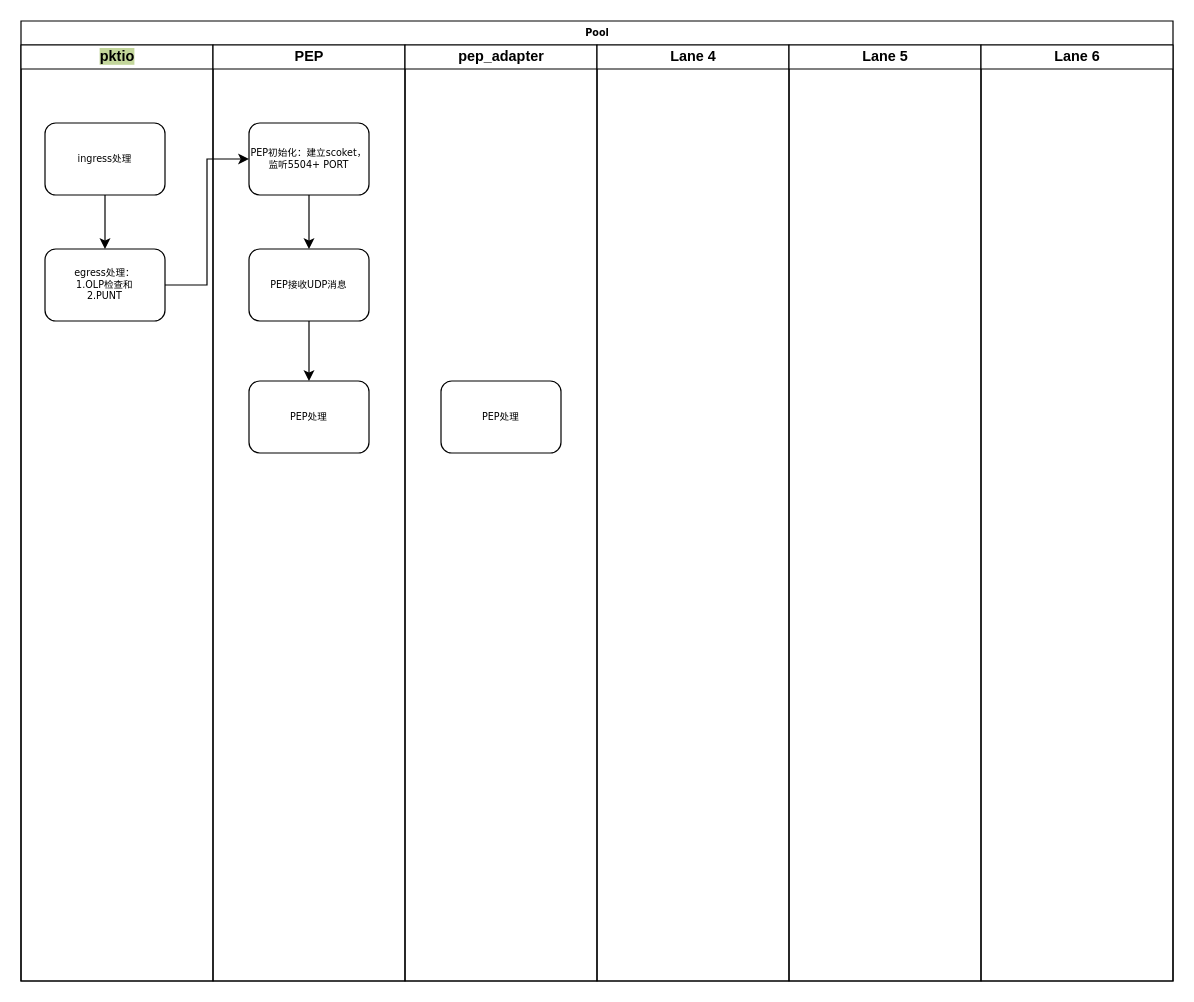
Earlier version of the draw.io diagram page "Page-1" (1 of 2) of Untitled Diagram.drawio (Chandler1990/leetcode). Source tidied: cells renumbered, new cells numbered last; positions are measured from the earlier drawing's top-left corner, leaving out a move shared by most shapes. Both pictures are drawn from the tidied source at 120%, with x=0, y=0 at pixel (20, 20).
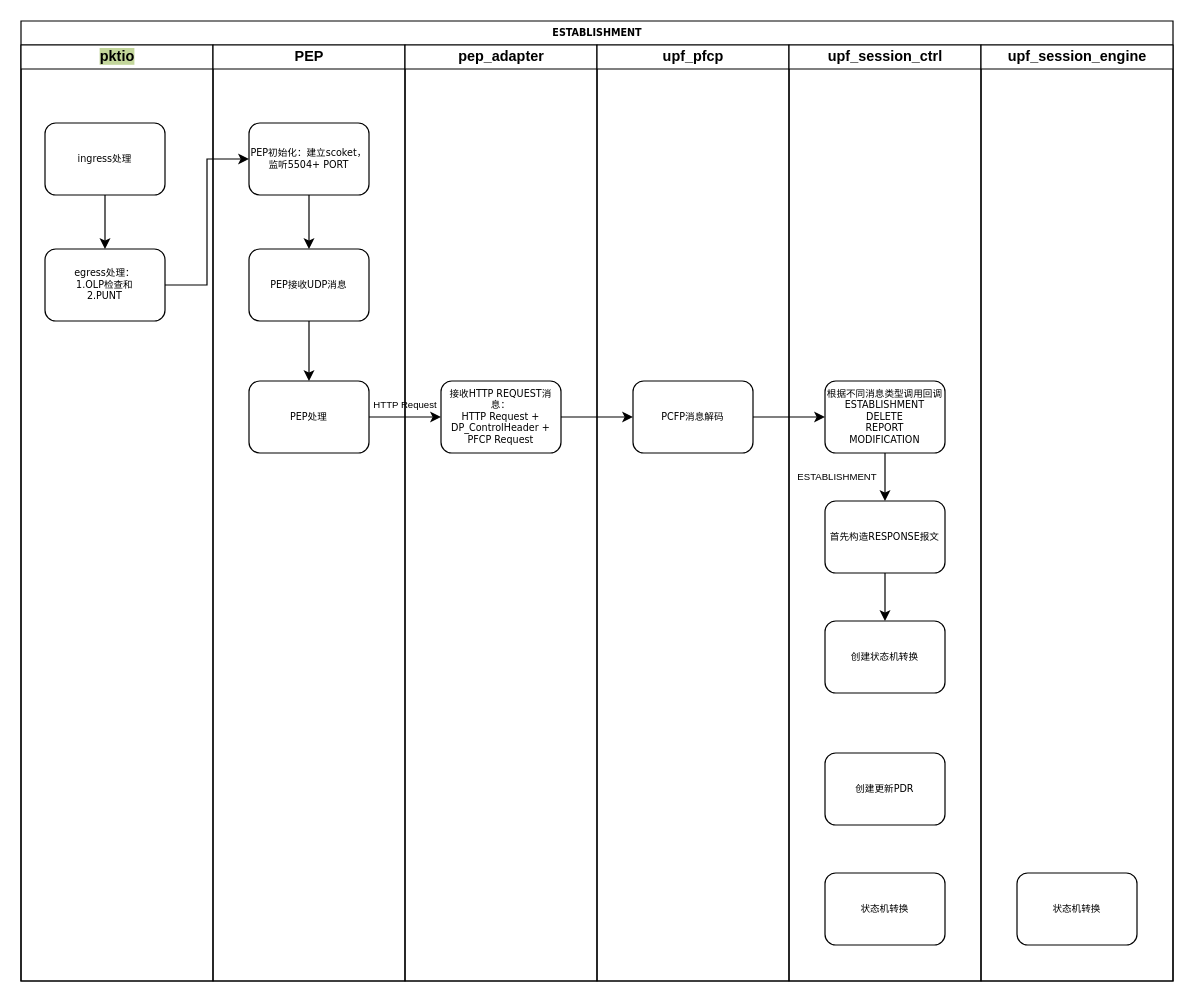
The same diagram, later.

Unchanged cells that the change refers to:
```xml
<mxCell id="12" value="PEP处理" style="rounded=1;whiteSpace=wrap;html=1;shadow=0;labelBackgroundColor=none;strokeWidth=1;fontFamily=Verdana;fontSize=8;align=center;" parent="7" vertex="1">
  <mxGeometry x="30" y="280" width="100" height="60" as="geometry" />
</mxCell>
<mxCell id="13" value="pep_adapter" style="swimlane;html=1;startSize=20;" parent="2" vertex="1">
  <mxGeometry x="320" y="20" width="160" height="780" as="geometry" />
</mxCell>
```

Diff of the diagram source:
```diff
@@
-    <mxCell id="2" value="Pool" style="swimlane;html=1;startSize=20;rounded=0;shadow=0;labelBackgroundColor=none;strokeWidth=1;fontFamily=Verdana;fontSize=8;align=center;" parent="1" vertex="1">
+    <mxCell id="2" value="ESTABLISHMENT" style="swimlane;html=1;startSize=20;rounded=0;shadow=0;labelBackgroundColor=none;strokeWidth=1;fontFamily=Verdana;fontSize=8;align=center;" parent="1" vertex="1">
       <mxGeometry width="960" height="800" as="geometry" />
     </mxCell>
@@
-    <mxCell id="14" value="PEP处理" style="rounded=1;whiteSpace=wrap;html=1;shadow=0;labelBackgroundColor=none;strokeWidth=1;fontFamily=Verdana;fontSize=8;align=center;" parent="13" vertex="1">
+    <mxCell id="14" value="接收HTTP REQUEST消息：&lt;br&gt;HTTP Request + DP_ControlHeader + PFCP Request" style="rounded=1;whiteSpace=wrap;html=1;shadow=0;labelBackgroundColor=none;strokeWidth=1;fontFamily=Verdana;fontSize=8;align=center;" parent="13" vertex="1">
       <mxGeometry x="30" y="280" width="100" height="60" as="geometry" />
     </mxCell>
+    <mxCell id="19" value="HTTP Request" style="text;html=1;align=center;verticalAlign=middle;strokeColor=none;fillColor=none;fontColor=default;fontSize=8;" parent="13" vertex="1">
+      <mxGeometry x="-35" y="290" width="70" height="20" as="geometry" />
+    </mxCell>
-    <mxCell id="15" value="Lane 4" style="swimlane;html=1;startSize=20;" parent="2" vertex="1">
+    <mxCell id="15" value="upf_pfcp" style="swimlane;html=1;startSize=20;" parent="2" vertex="1">
       <mxGeometry x="480" y="20" width="160" height="780" as="geometry" />
     </mxCell>
+    <mxCell id="20" value="PCFP消息解码" style="rounded=1;whiteSpace=wrap;html=1;shadow=0;labelBackgroundColor=none;strokeWidth=1;fontFamily=Verdana;fontSize=8;align=center;" parent="15" vertex="1">
+      <mxGeometry x="30" y="280" width="100" height="60" as="geometry" />
+    </mxCell>
-    <mxCell id="16" value="Lane 5" style="swimlane;html=1;startSize=20;" parent="2" vertex="1">
+    <mxCell id="16" value="upf_session_ctrl" style="swimlane;html=1;startSize=20;" parent="2" vertex="1">
       <mxGeometry x="640" y="20" width="160" height="780" as="geometry" />
     </mxCell>
+    <mxCell id="21" style="edgeStyle=orthogonalEdgeStyle;rounded=0;jettySize=auto;html=1;exitX=0.5;exitY=1;exitDx=0;exitDy=0;entryX=0.5;entryY=0;entryDx=0;entryDy=0;fontSize=8;fontColor=default;" parent="16" edge="1" source="22" target="23">
+      <mxGeometry relative="1" as="geometry" />
+    </mxCell>
+    <mxCell id="22" value="首先构造RESPONSE报文" style="rounded=1;whiteSpace=wrap;html=1;shadow=0;labelBackgroundColor=none;strokeWidth=1;fontFamily=Verdana;fontSize=8;align=center;" parent="16" vertex="1">
+      <mxGeometry x="30" y="380" width="100" height="60" as="geometry" />
+    </mxCell>
+    <mxCell id="23" value="创建状态机转换" style="rounded=1;whiteSpace=wrap;html=1;shadow=0;labelBackgroundColor=none;strokeWidth=1;fontFamily=Verdana;fontSize=8;align=center;" parent="16" vertex="1">
+      <mxGeometry x="30" y="480" width="100" height="60" as="geometry" />
+    </mxCell>
+    <mxCell id="24" value="创建更新PDR" style="rounded=1;whiteSpace=wrap;html=1;shadow=0;labelBackgroundColor=none;strokeWidth=1;fontFamily=Verdana;fontSize=8;align=center;" parent="16" vertex="1">
+      <mxGeometry x="30" y="590" width="100" height="60" as="geometry" />
+    </mxCell>
+    <mxCell id="25" style="edgeStyle=orthogonalEdgeStyle;rounded=0;jettySize=auto;html=1;exitX=0.5;exitY=1;exitDx=0;exitDy=0;fontSize=8;fontColor=default;" parent="16" edge="1" source="26" target="22">
+      <mxGeometry relative="1" as="geometry" />
+    </mxCell>
+    <mxCell id="26" value="根据不同消息类型调用回调&lt;br&gt;ESTABLISHMENT&lt;br&gt;DELETE&lt;br&gt;REPORT&lt;br&gt;MODIFICATION" style="rounded=1;whiteSpace=wrap;html=1;shadow=0;labelBackgroundColor=none;strokeWidth=1;fontFamily=Verdana;fontSize=8;align=center;" parent="16" vertex="1">
+      <mxGeometry x="30" y="280" width="100" height="60" as="geometry" />
+    </mxCell>
+    <mxCell id="27" value="状态机转换" style="rounded=1;whiteSpace=wrap;html=1;shadow=0;labelBackgroundColor=none;strokeWidth=1;fontFamily=Verdana;fontSize=8;align=center;" parent="16" vertex="1">
+      <mxGeometry x="30" y="690" width="100" height="60" as="geometry" />
+    </mxCell>
-    <mxCell id="17" value="Lane 6" style="swimlane;html=1;startSize=20;" parent="2" vertex="1">
+    <mxCell id="17" value="upf_session_engine" style="swimlane;html=1;startSize=20;" parent="2" vertex="1">
       <mxGeometry x="800" y="20" width="160" height="780" as="geometry" />
     </mxCell>
+    <mxCell id="28" value="状态机转换" style="rounded=1;whiteSpace=wrap;html=1;shadow=0;labelBackgroundColor=none;strokeWidth=1;fontFamily=Verdana;fontSize=8;align=center;" parent="17" vertex="1">
+      <mxGeometry x="30" y="690" width="100" height="60" as="geometry" />
+    </mxCell>
@@
+    <mxCell id="29" style="edgeStyle=orthogonalEdgeStyle;rounded=0;jettySize=auto;html=1;entryX=0;entryY=0.5;entryDx=0;entryDy=0;fontColor=default;" parent="2" edge="1" source="12" target="14">
+      <mxGeometry relative="1" as="geometry" />
+    </mxCell>
+    <mxCell id="30" style="edgeStyle=orthogonalEdgeStyle;rounded=0;jettySize=auto;html=1;entryX=0;entryY=0.5;entryDx=0;entryDy=0;fontSize=8;fontColor=default;" parent="2" edge="1" source="14" target="20">
+      <mxGeometry relative="1" as="geometry" />
+    </mxCell>
+    <mxCell id="31" style="edgeStyle=orthogonalEdgeStyle;rounded=0;jettySize=auto;html=1;fontSize=8;fontColor=default;" parent="2" edge="1" source="20" target="26">
+      <mxGeometry relative="1" as="geometry" />
+    </mxCell>
+    <mxCell id="32" value="ESTABLISHMENT" style="text;html=1;align=center;verticalAlign=middle;strokeColor=none;fillColor=none;fontSize=8;fontColor=default;" parent="1" vertex="1">
+      <mxGeometry x="640" y="370" width="80" height="20" as="geometry" />
+    </mxCell>
```
